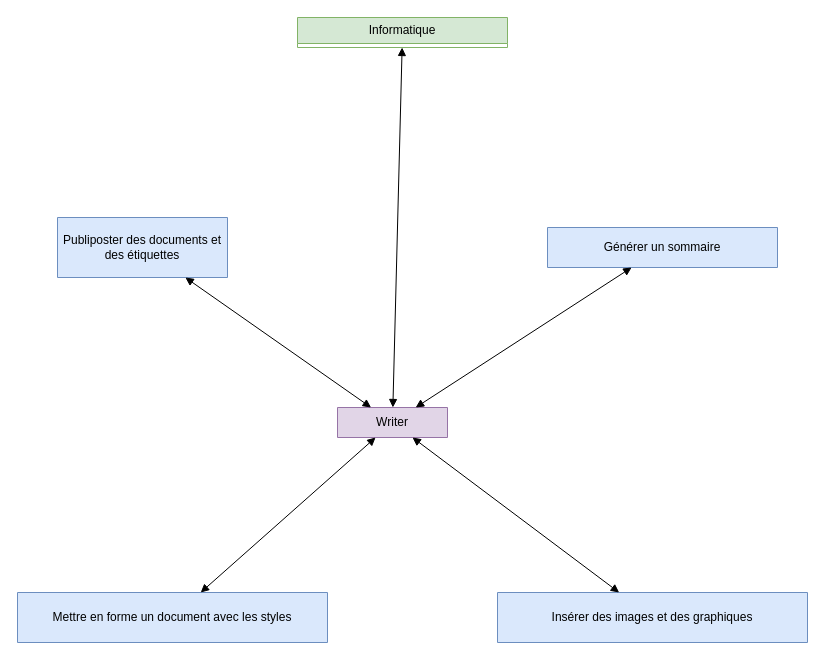
This is Writer.drawio from jean-seb-2106/pythontest, a draw.io file, before an edit. Source tidied: cells renumbered, new cells numbered last; positions are measured from the earlier drawing's top-left corner, leaving out a move shared by most shapes. Both pictures are drawn from the tidied source at 100%, with x=0, y=0 at pixel (17, 17).
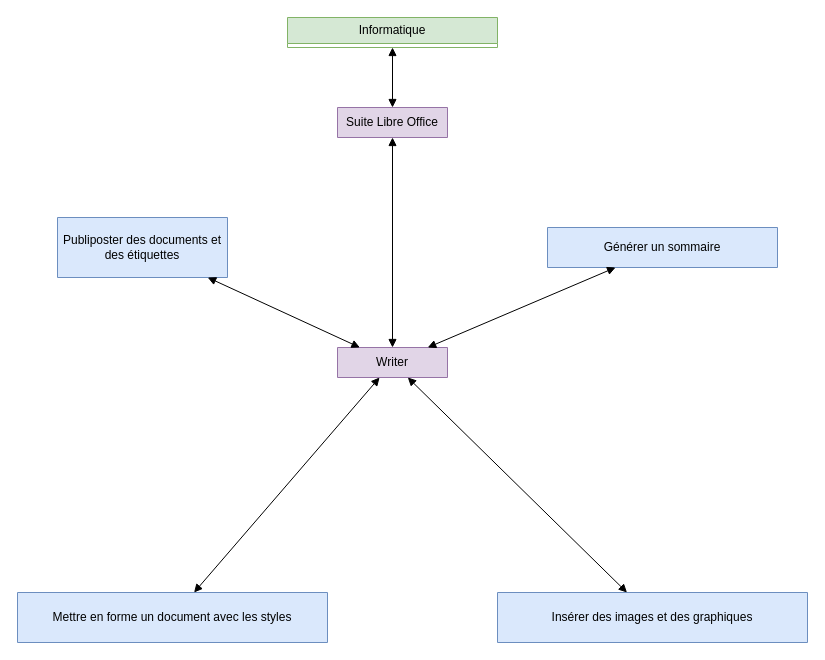
The same diagram, later.

Commit message:
Mettre à jour Writer.drawio

Diff of the diagram source:
```diff
@@
 <mxGraphModel>
   <root>
     <mxCell id="0" />
     <mxCell id="1" parent="0" />
     <mxCell id="2" value="Writer" style="swimlane;fontStyle=0;horizontal=1;startSize=30;fillColor=#e1d5e7;whiteSpace=wrap;html=1;strokeColor=#9673a6;" parent="1" vertex="1" collapsed="1">
-      <mxGeometry x="320" y="390" width="110" height="30" as="geometry" />
+      <mxGeometry x="320" y="330" width="110" height="30" as="geometry" />
     </mxCell>
-    <mxCell id="3" style="endArrow=block;startArrow=block;endFill=1;startFill=1;html=1;rounded=0;" parent="1" edge="1" source="4" target="2">
+    <mxCell id="3" style="endArrow=block;startArrow=block;endFill=1;startFill=1;html=1;rounded=0;" parent="1" edge="1" source="4" target="13">
       <mxGeometry relative="1" as="geometry" />
     </mxCell>
     <mxCell id="4" value="Informatique" style="swimlane;fontStyle=0;horizontal=1;startSize=26;fillColor=#d5e8d4;whiteSpace=wrap;html=1;strokeColor=#82b366;" parent="1" vertex="1" collapsed="1">
-      <mxGeometry x="280" width="210" height="30" as="geometry" />
+      <mxGeometry x="270" width="210" height="30" as="geometry" />
     </mxCell>
     <mxCell id="5" value="Publiposter des documents et des étiquettes" style="swimlane;fontStyle=0;horizontal=1;startSize=60;fillColor=#dae8fc;whiteSpace=wrap;html=1;strokeColor=#6c8ebf;" parent="1" vertex="1" collapsed="1">
       <mxGeometry x="40" y="200" width="170" height="60" as="geometry" />
     </mxCell>
     <mxCell id="6" style="endArrow=block;startArrow=block;endFill=1;startFill=1;html=1;rounded=0;" parent="1" edge="1" source="2" target="5">
       <mxGeometry relative="1" as="geometry" />
     </mxCell>
     <mxCell id="7" value="Mettre en forme un document avec les styles" style="swimlane;fontStyle=0;horizontal=1;startSize=50;fillColor=#dae8fc;whiteSpace=wrap;html=1;strokeColor=#6c8ebf;" parent="1" vertex="1" collapsed="1">
       <mxGeometry y="575" width="310" height="50" as="geometry" />
     </mxCell>
     <mxCell id="8" value="Générer un sommaire" style="swimlane;fontStyle=0;horizontal=1;startSize=40;fillColor=#dae8fc;whiteSpace=wrap;html=1;strokeColor=#6c8ebf;" parent="1" vertex="1" collapsed="1">
       <mxGeometry x="530" y="210" width="230" height="40" as="geometry" />
     </mxCell>
     <mxCell id="9" style="endArrow=block;startArrow=block;endFill=1;startFill=1;html=1;rounded=0;" parent="1" edge="1" source="2" target="8">
       <mxGeometry relative="1" as="geometry" />
     </mxCell>
     <mxCell id="10" value="Insérer des images et des graphiques" style="swimlane;fontStyle=0;horizontal=1;startSize=50;fillColor=#dae8fc;whiteSpace=wrap;html=1;strokeColor=#6c8ebf;" parent="1" vertex="1" collapsed="1">
       <mxGeometry x="480" y="575" width="310" height="50" as="geometry" />
     </mxCell>
     <mxCell id="11" style="endArrow=block;startArrow=block;endFill=1;startFill=1;html=1;rounded=0;" parent="1" edge="1" source="2" target="7">
       <mxGeometry relative="1" as="geometry" />
     </mxCell>
     <mxCell id="12" style="endArrow=block;startArrow=block;endFill=1;startFill=1;html=1;rounded=0;" parent="1" edge="1" source="2" target="10">
       <mxGeometry relative="1" as="geometry" />
     </mxCell>
+    <mxCell id="13" value="Suite Libre Office" style="swimlane;fontStyle=0;horizontal=1;startSize=30;fillColor=#e1d5e7;whiteSpace=wrap;html=1;strokeColor=#9673a6;" parent="1" vertex="1" collapsed="1">
+      <mxGeometry x="320" y="90" width="110" height="30" as="geometry" />
+    </mxCell>
+    <mxCell id="14" style="endArrow=block;startArrow=block;endFill=1;startFill=1;html=1;rounded=0;" parent="1" edge="1" source="13" target="2">
+      <mxGeometry relative="1" as="geometry" />
+    </mxCell>
   </root>
 </mxGraphModel>
```
